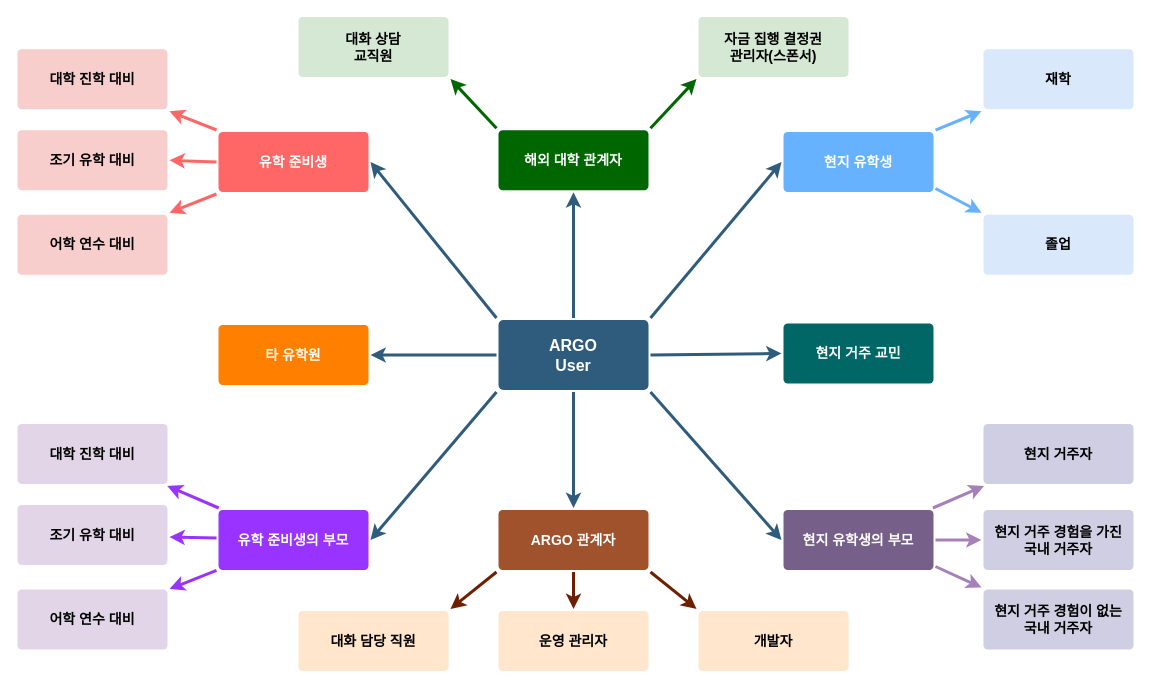
to9passion/preprocessingARGO keeps this draw.io diagram as userDefine.drawio. Above is the earlier version. Source tidied: cells renumbered, new cells numbered last; positions are measured from the earlier drawing's top-left corner, leaving out a move shared by most shapes. Both pictures are drawn from the tidied source at 100%, with x=0, y=0 at pixel (17, 17).
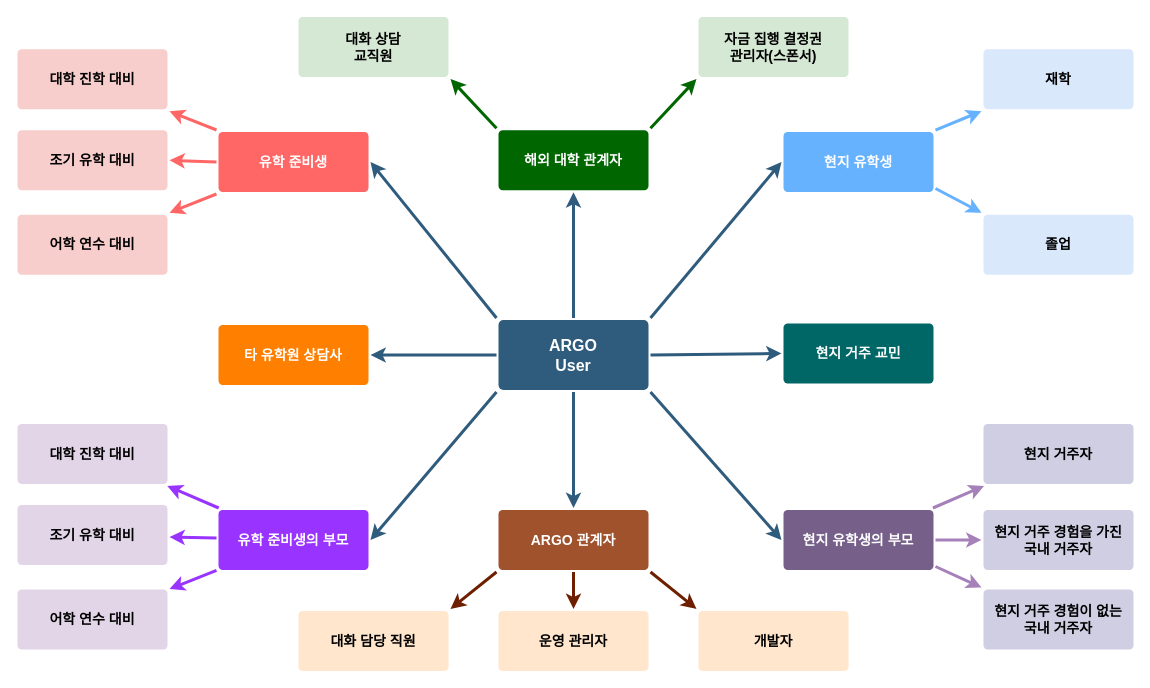
After the change.

Diff of the diagram source:
```diff
@@
-    <mxCell id="33" value="타 유학원" style="rounded=1;whiteSpace=wrap;html=1;shadow=0;labelBackgroundColor=none;strokeColor=none;strokeWidth=3;fillColor=#FF8000;fontFamily=Helvetica;fontSize=14;fontColor=#FFFFFF;align=center;spacing=5;fontStyle=1;arcSize=7;perimeterSpacing=2;" parent="1" vertex="1">
+    <mxCell id="33" value="타 유학원 상담사" style="rounded=1;whiteSpace=wrap;html=1;shadow=0;labelBackgroundColor=none;strokeColor=none;strokeWidth=3;fillColor=#FF8000;fontFamily=Helvetica;fontSize=14;fontColor=#FFFFFF;align=center;spacing=5;fontStyle=1;arcSize=7;perimeterSpacing=2;" parent="1" vertex="1">
       <mxGeometry x="201" y="307.5" width="150" height="60" as="geometry" />
     </mxCell>
```
